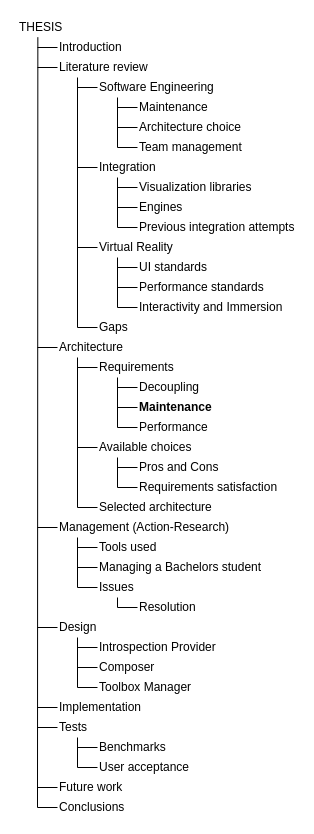
The draw.io diagram Charts/Document Structure.drawio in EnlitHamster/VtkUnityWorkbench, before the edit. Source tidied: cells renumbered, new cells numbered last; positions are measured from the earlier drawing's top-left corner, leaving out a move shared by most shapes. Both pictures are drawn from the tidied source at 100%, with x=0, y=0 at pixel (17, 17).
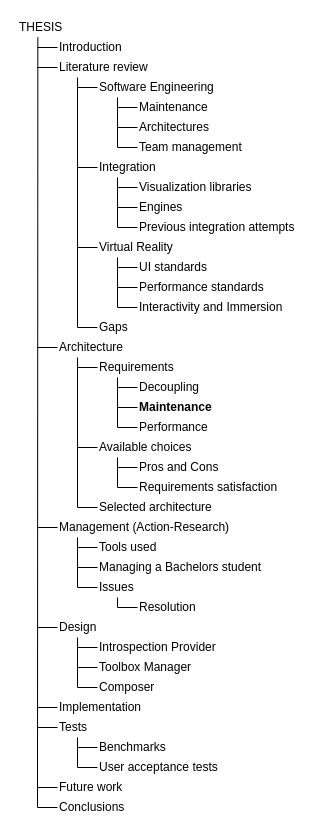
After the change.

Commit message:
Reordered entries and updated text

The edit, as a diff of the source:
```diff
@@
-    <mxCell id="14" value="Architecture choice" style="text;html=1;strokeColor=none;fillColor=none;align=left;verticalAlign=middle;whiteSpace=wrap;rounded=0;" parent="1" vertex="1">
+    <mxCell id="14" value="Architectures" style="text;html=1;strokeColor=none;fillColor=none;align=left;verticalAlign=middle;whiteSpace=wrap;rounded=0;" parent="1" vertex="1">
       <mxGeometry x="120" y="100" width="110" height="20" as="geometry" />
     </mxCell>
@@
     <mxCell id="76" value="Composer" style="text;html=1;strokeColor=none;fillColor=none;align=left;verticalAlign=middle;whiteSpace=wrap;rounded=0;" parent="1" vertex="1">
-      <mxGeometry x="80" y="640" width="120" height="20" as="geometry" />
+      <mxGeometry x="80" y="660" width="120" height="20" as="geometry" />
     </mxCell>
     <mxCell id="77" value="Toolbox Manager" style="text;html=1;strokeColor=none;fillColor=none;align=left;verticalAlign=middle;whiteSpace=wrap;rounded=0;" parent="1" vertex="1">
-      <mxGeometry x="80" y="660" width="120" height="20" as="geometry" />
+      <mxGeometry x="80" y="640" width="120" height="20" as="geometry" />
     </mxCell>
@@
-    <mxCell id="84" value="User acceptance" style="text;html=1;strokeColor=none;fillColor=none;align=left;verticalAlign=middle;whiteSpace=wrap;rounded=0;" parent="1" vertex="1">
-      <mxGeometry x="80" y="740" width="120" height="20" as="geometry" />
+    <mxCell id="84" value="User acceptance tests" style="text;html=1;strokeColor=none;fillColor=none;align=left;verticalAlign=middle;whiteSpace=wrap;rounded=0;" parent="1" vertex="1">
+      <mxGeometry x="80" y="740" width="130" height="20" as="geometry" />
     </mxCell>
```
